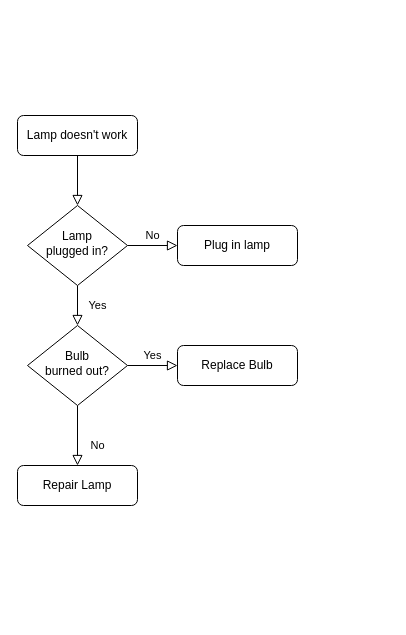
Before: Untitled Diagram.drawio in Coder-Iro/Coder-Iro, a draw.io diagram. Source tidied: cells renumbered, new cells numbered last; positions are measured from the earlier drawing's top-left corner, leaving out a move shared by most shapes. Both pictures are drawn from the tidied source at 100%, with x=0, y=0 at pixel (17, 115).
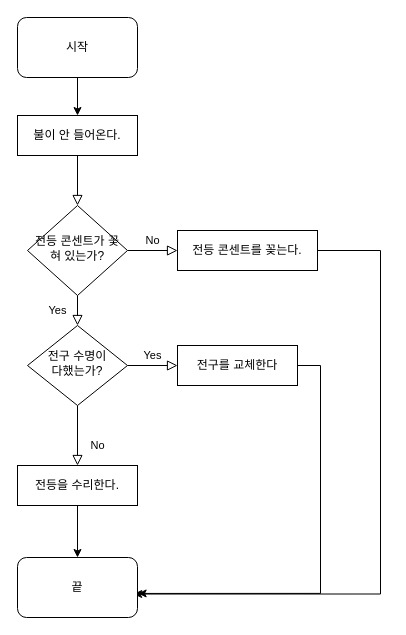
Above is the later version.

Diff of the diagram source:
```diff
@@
-    <mxCell id="3" value="Lamp doesn't work" style="rounded=1;whiteSpace=wrap;html=1;fontSize=12;glass=0;strokeWidth=1;shadow=0;" parent="1" vertex="1">
+    <mxCell id="3" value="불이 안 들어온다." style="rounded=0;whiteSpace=wrap;html=1;fontSize=12;glass=0;strokeWidth=1;shadow=0;" parent="1" vertex="1">
       <mxGeometry width="120" height="40" as="geometry" />
     </mxCell>
@@
-    <mxCell id="6" value="Lamp&lt;br&gt;plugged in?" style="rhombus;whiteSpace=wrap;html=1;shadow=0;fontFamily=Helvetica;fontSize=12;align=center;strokeWidth=1;spacing=6;spacingTop=-4;" parent="1" vertex="1">
-      <mxGeometry x="10" y="90" width="100" height="80" as="geometry" />
+    <mxCell id="6" value="전등 콘센트가 꽃혀 있는가?" style="rhombus;whiteSpace=wrap;html=1;shadow=0;fontFamily=Helvetica;fontSize=12;align=center;strokeWidth=1;spacing=6;spacingTop=-4;" parent="1" vertex="1">
+      <mxGeometry x="10" y="90" width="100" height="90" as="geometry" />
     </mxCell>
+    <mxCell id="13" style="edgeStyle=orthogonalEdgeStyle;rounded=0;jettySize=auto;html=1;entryX=0.968;entryY=0.609;entryDx=0;entryDy=0;entryPerimeter=0;" parent="1" edge="1" source="7" target="16">
+      <mxGeometry relative="1" as="geometry">
+        <Array as="points">
+          <mxPoint x="363" y="135" />
+          <mxPoint x="363" y="479" />
+        </Array>
+      </mxGeometry>
+    </mxCell>
-    <mxCell id="7" value="Plug in lamp" style="rounded=1;whiteSpace=wrap;html=1;fontSize=12;glass=0;strokeWidth=1;shadow=0;" parent="1" vertex="1">
-      <mxGeometry x="160" y="110" width="120" height="40" as="geometry" />
+    <mxCell id="7" value="전등 콘센트를 꽂는다." style="rounded=0;whiteSpace=wrap;html=1;fontSize=12;glass=0;strokeWidth=1;shadow=0;" parent="1" vertex="1">
+      <mxGeometry x="160" y="115" width="140" height="40" as="geometry" />
     </mxCell>
@@
-    <mxCell id="10" value="Bulb&lt;br&gt;burned out?" style="rhombus;whiteSpace=wrap;html=1;shadow=0;fontFamily=Helvetica;fontSize=12;align=center;strokeWidth=1;spacing=6;spacingTop=-4;" parent="1" vertex="1">
+    <mxCell id="10" value="전구 수명이&lt;br&gt;다했는가?" style="rhombus;whiteSpace=wrap;html=1;shadow=0;fontFamily=Helvetica;fontSize=12;align=center;strokeWidth=1;spacing=6;spacingTop=-4;" parent="1" vertex="1">
       <mxGeometry x="10" y="210" width="100" height="80" as="geometry" />
     </mxCell>
+    <mxCell id="14" style="edgeStyle=orthogonalEdgeStyle;rounded=0;jettySize=auto;html=1;" parent="1" edge="1" source="11" target="16">
+      <mxGeometry relative="1" as="geometry" />
+    </mxCell>
-    <mxCell id="11" value="Repair Lamp" style="rounded=1;whiteSpace=wrap;html=1;fontSize=12;glass=0;strokeWidth=1;shadow=0;" parent="1" vertex="1">
+    <mxCell id="11" value="전등을 수리한다." style="rounded=0;whiteSpace=wrap;html=1;fontSize=12;glass=0;strokeWidth=1;shadow=0;" parent="1" vertex="1">
       <mxGeometry y="350" width="120" height="40" as="geometry" />
     </mxCell>
+    <mxCell id="15" style="edgeStyle=orthogonalEdgeStyle;rounded=0;jettySize=auto;html=1;entryX=1.005;entryY=0.599;entryDx=0;entryDy=0;entryPerimeter=0;" parent="1" edge="1" source="12" target="16">
+      <mxGeometry relative="1" as="geometry">
+        <Array as="points">
+          <mxPoint x="303" y="250" />
+          <mxPoint x="303" y="478" />
+        </Array>
+      </mxGeometry>
+    </mxCell>
-    <mxCell id="12" value="Replace Bulb" style="rounded=1;whiteSpace=wrap;html=1;fontSize=12;glass=0;strokeWidth=1;shadow=0;" parent="1" vertex="1">
+    <mxCell id="12" value="전구를 교체한다" style="rounded=0;whiteSpace=wrap;html=1;fontSize=12;glass=0;strokeWidth=1;shadow=0;" parent="1" vertex="1">
       <mxGeometry x="160" y="230" width="120" height="40" as="geometry" />
     </mxCell>
+    <mxCell id="16" value="끝" style="rounded=1;whiteSpace=wrap;html=1;" parent="1" vertex="1">
+      <mxGeometry y="442" width="120" height="60" as="geometry" />
+    </mxCell>
+    <mxCell id="17" style="edgeStyle=orthogonalEdgeStyle;rounded=0;jettySize=auto;html=1;entryX=0.5;entryY=0;entryDx=0;entryDy=0;" parent="1" edge="1" source="18" target="3">
+      <mxGeometry relative="1" as="geometry" />
+    </mxCell>
+    <mxCell id="18" value="시작" style="rounded=1;whiteSpace=wrap;html=1;" parent="1" vertex="1">
+      <mxGeometry y="-98" width="120" height="60" as="geometry" />
+    </mxCell>
```
